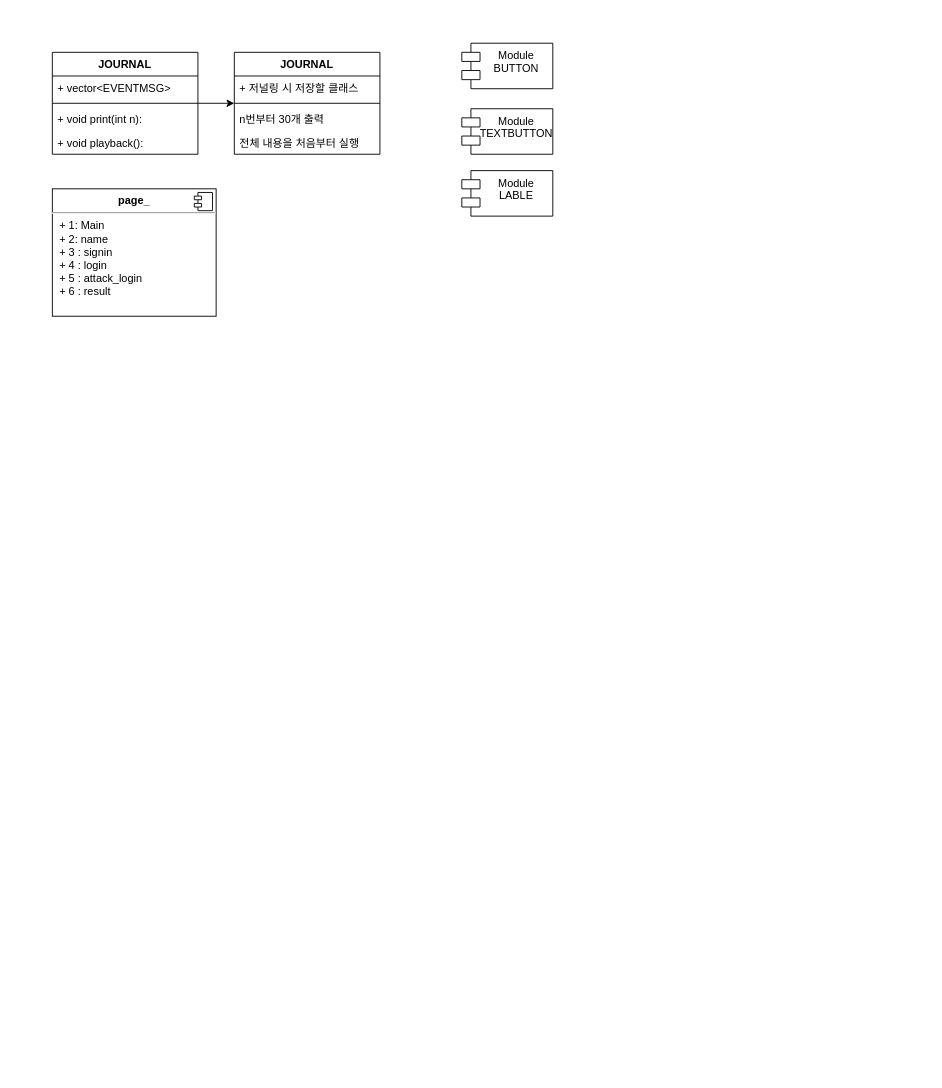
Above: page "Object" (5 of 7) of Untitled Diagram.drawio in yuhan-os-security/Journaling_game (draw.io), before the change. Source tidied: cells renumbered, new cells numbered last; positions are measured from the earlier drawing's top-left corner, leaving out a move shared by most shapes. Both pictures are drawn from the tidied source at 91%, with x=0, y=0 at pixel (52, 43).
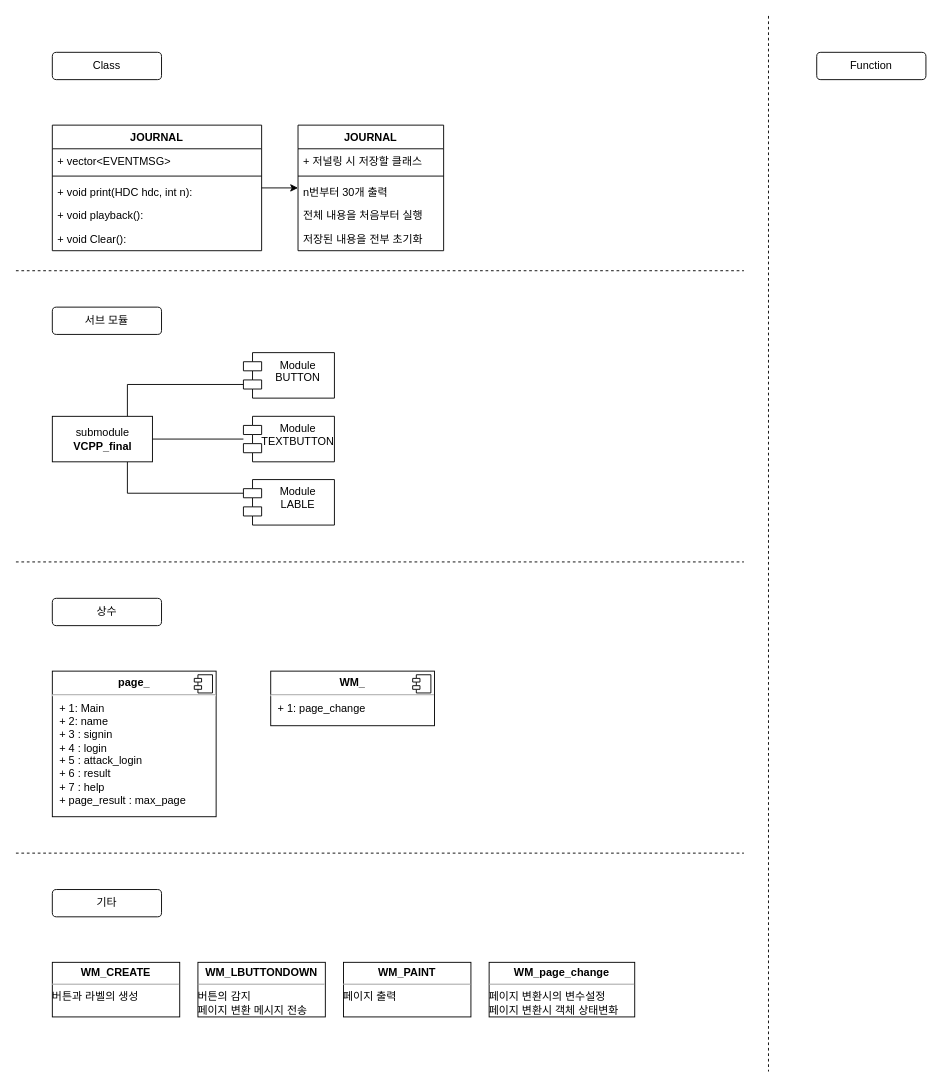
After the change.

The edit, as a diff of the source:
```diff
@@
     <mxCell id="3" value="JOURNAL" style="swimlane;fontStyle=1;align=center;verticalAlign=top;horizontal=1;startSize=26;" parent="1" vertex="1">
-      <mxGeometry y="10" width="160" height="112" as="geometry" />
+      <mxGeometry y="90" width="230" height="138" as="geometry" />
     </mxCell>
     <mxCell id="4" value="+ vector&lt;EVENTMSG&gt;" style="text;strokeColor=none;fillColor=none;align=left;verticalAlign=top;spacingLeft=4;spacingRight=4;overflow=hidden;" parent="3" vertex="1">
-      <mxGeometry y="26" width="160" height="26" as="geometry" />
+      <mxGeometry y="26" width="230" height="26" as="geometry" />
     </mxCell>
     <mxCell id="5" style="line;strokeWidth=1;fillColor=none;align=left;verticalAlign=middle;spacingTop=-1;spacingLeft=3;spacingRight=3;labelPosition=right;" parent="3" vertex="1">
-      <mxGeometry y="52" width="160" height="8" as="geometry" />
+      <mxGeometry y="52" width="230" height="8" as="geometry" />
     </mxCell>
-    <mxCell id="6" value="+ void print(int n):" style="text;strokeColor=none;fillColor=none;align=left;verticalAlign=top;spacingLeft=4;spacingRight=4;overflow=hidden;" parent="3" vertex="1">
-      <mxGeometry y="60" width="160" height="26" as="geometry" />
+    <mxCell id="6" value="+ void print(HDC hdc, int n):" style="text;strokeColor=none;fillColor=none;align=left;verticalAlign=top;spacingLeft=4;spacingRight=4;overflow=hidden;" parent="3" vertex="1">
+      <mxGeometry y="60" width="230" height="26" as="geometry" />
     </mxCell>
     <mxCell id="7" value="+ void playback():" style="text;strokeColor=none;fillColor=none;align=left;verticalAlign=top;spacingLeft=4;spacingRight=4;overflow=hidden;" parent="3" vertex="1">
-      <mxGeometry y="86" width="160" height="26" as="geometry" />
+      <mxGeometry y="86" width="230" height="26" as="geometry" />
     </mxCell>
+    <mxCell id="18" value="+ void Clear():" style="text;strokeColor=none;fillColor=none;align=left;verticalAlign=top;spacingLeft=4;spacingRight=4;overflow=hidden;" parent="3" vertex="1">
+      <mxGeometry y="112" width="230" height="26" as="geometry" />
+    </mxCell>
-    <mxCell id="8" value="&lt;p style=&quot;margin: 0px ; margin-top: 6px ; text-align: center&quot;&gt;&lt;b&gt;page_&lt;/b&gt;&lt;/p&gt;&lt;hr&gt;&lt;p style=&quot;margin: 0px ; margin-left: 8px&quot;&gt;+ 1: Main&lt;br&gt;+ 2: name&lt;/p&gt;&lt;p style=&quot;margin: 0px ; margin-left: 8px&quot;&gt;+ 3 : signin&lt;/p&gt;&lt;p style=&quot;margin: 0px ; margin-left: 8px&quot;&gt;+ 4 : login&lt;/p&gt;&lt;p style=&quot;margin: 0px ; margin-left: 8px&quot;&gt;+ 5 : attack_login&lt;/p&gt;&lt;p style=&quot;margin: 0px ; margin-left: 8px&quot;&gt;+ 6 : result&lt;/p&gt;" style="align=left;overflow=fill;html=1;" parent="1" vertex="1">
-      <mxGeometry y="160" width="180" height="140" as="geometry" />
+    <mxCell id="8" value="&lt;p style=&quot;margin: 0px ; margin-top: 6px ; text-align: center&quot;&gt;&lt;b&gt;page_&lt;/b&gt;&lt;/p&gt;&lt;hr&gt;&lt;p style=&quot;margin: 0px ; margin-left: 8px&quot;&gt;+ 1: Main&lt;br&gt;+ 2: name&lt;/p&gt;&lt;p style=&quot;margin: 0px ; margin-left: 8px&quot;&gt;+ 3 : signin&lt;/p&gt;&lt;p style=&quot;margin: 0px ; margin-left: 8px&quot;&gt;+ 4 : login&lt;/p&gt;&lt;p style=&quot;margin: 0px ; margin-left: 8px&quot;&gt;+ 5 : attack_login&lt;/p&gt;&lt;p style=&quot;margin: 0px ; margin-left: 8px&quot;&gt;+ 6 : result&lt;/p&gt;&lt;p style=&quot;margin: 0px ; margin-left: 8px&quot;&gt;+ 7 : help&lt;/p&gt;&lt;p style=&quot;margin: 0px ; margin-left: 8px&quot;&gt;+ page_result : max_page&lt;/p&gt;" style="align=left;overflow=fill;html=1;" parent="1" vertex="1">
+      <mxGeometry y="690" width="180" height="160" as="geometry" />
     </mxCell>
@@
+    <mxCell id="19" style="edgeStyle=orthogonalEdgeStyle;rounded=0;jettySize=auto;html=1;exitX=0;exitY=0;exitDx=0;exitDy=35;exitPerimeter=0;entryX=0.75;entryY=0;entryDx=0;entryDy=0;endArrow=none;endFill=0;" parent="1" edge="1" source="10" target="23">
+      <mxGeometry relative="1" as="geometry" />
+    </mxCell>
     <mxCell id="10" value="Module&#10;BUTTON" style="shape=module;align=left;spacingLeft=20;align=center;verticalAlign=top;" parent="1" vertex="1">
-      <mxGeometry x="450" width="100" height="50" as="geometry" />
+      <mxGeometry x="210" y="340" width="100" height="50" as="geometry" />
     </mxCell>
+    <mxCell id="20" style="edgeStyle=orthogonalEdgeStyle;rounded=0;jettySize=auto;html=1;endArrow=none;endFill=0;" parent="1" edge="1" source="11" target="23">
+      <mxGeometry relative="1" as="geometry" />
+    </mxCell>
     <mxCell id="11" value="Module&#10;TEXTBUTTON" style="shape=module;align=left;spacingLeft=20;align=center;verticalAlign=top;" parent="1" vertex="1">
-      <mxGeometry x="450" y="72" width="100" height="50" as="geometry" />
+      <mxGeometry x="210" y="410" width="100" height="50" as="geometry" />
     </mxCell>
+    <mxCell id="21" style="edgeStyle=orthogonalEdgeStyle;rounded=0;jettySize=auto;html=1;exitX=0;exitY=0;exitDx=0;exitDy=15;exitPerimeter=0;entryX=0.75;entryY=1;entryDx=0;entryDy=0;endArrow=none;endFill=0;" parent="1" edge="1" source="12" target="23">
+      <mxGeometry relative="1" as="geometry" />
+    </mxCell>
     <mxCell id="12" value="Module&#10;LABLE" style="shape=module;align=left;spacingLeft=20;align=center;verticalAlign=top;" parent="1" vertex="1">
-      <mxGeometry x="450" y="140" width="100" height="50" as="geometry" />
+      <mxGeometry x="210" y="479.5" width="100" height="50" as="geometry" />
     </mxCell>
     <mxCell id="13" value="JOURNAL" style="swimlane;fontStyle=1;align=center;verticalAlign=top;horizontal=1;startSize=26;" parent="1" vertex="1">
-      <mxGeometry x="200" y="10" width="160" height="112" as="geometry" />
+      <mxGeometry x="270" y="90" width="160" height="138" as="geometry" />
     </mxCell>
@@
+    <mxCell id="22" value="저장된 내용을 전부 초기화" style="text;strokeColor=none;fillColor=none;align=left;verticalAlign=top;spacingLeft=4;spacingRight=4;overflow=hidden;" parent="13" vertex="1">
+      <mxGeometry y="112" width="160" height="26" as="geometry" />
+    </mxCell>
+    <mxCell id="23" value="submodule&lt;br&gt;&lt;b&gt;VCPP_final&lt;/b&gt;" style="html=1;" parent="1" vertex="1">
+      <mxGeometry y="410" width="110" height="50" as="geometry" />
+    </mxCell>
+    <mxCell id="24" style="endArrow=none;dashed=1;html=1;rounded=0;" parent="1" edge="1">
+      <mxGeometry relative="1" as="geometry">
+        <mxPoint x="-40" y="250" as="sourcePoint" />
+        <mxPoint x="760" y="250" as="targetPoint" />
+      </mxGeometry>
+    </mxCell>
+    <mxCell id="25" value="서브 모듈" style="rounded=1;whiteSpace=wrap;html=1;" parent="1" vertex="1">
+      <mxGeometry y="290" width="120" height="30" as="geometry" />
+    </mxCell>
+    <mxCell id="26" value="Class" style="rounded=1;whiteSpace=wrap;html=1;" parent="1" vertex="1">
+      <mxGeometry y="10" width="120" height="30" as="geometry" />
+    </mxCell>
+    <mxCell id="27" style="endArrow=none;dashed=1;html=1;rounded=0;" parent="1" edge="1">
+      <mxGeometry relative="1" as="geometry">
+        <mxPoint x="-40" y="570" as="sourcePoint" />
+        <mxPoint x="760" y="570" as="targetPoint" />
+      </mxGeometry>
+    </mxCell>
+    <mxCell id="28" value="상수" style="rounded=1;whiteSpace=wrap;html=1;" parent="1" vertex="1">
+      <mxGeometry y="610" width="120" height="30" as="geometry" />
+    </mxCell>
+    <mxCell id="29" value="&lt;p style=&quot;margin: 0px ; margin-top: 6px ; text-align: center&quot;&gt;&lt;b&gt;WM_&lt;/b&gt;&lt;/p&gt;&lt;hr&gt;&lt;p style=&quot;margin: 0px ; margin-left: 8px&quot;&gt;+ 1: page_change&lt;br&gt;&lt;/p&gt;" style="align=left;overflow=fill;html=1;" parent="1" vertex="1">
+      <mxGeometry x="240" y="690" width="180" height="60" as="geometry" />
+    </mxCell>
+    <mxCell id="30" style="shape=component;jettyWidth=8;jettyHeight=4;" parent="29" vertex="1">
+      <mxGeometry x="1" width="20" height="20" relative="1" as="geometry">
+        <mxPoint x="-24" y="4" as="offset" />
+      </mxGeometry>
+    </mxCell>
+    <mxCell id="31" style="endArrow=none;dashed=1;html=1;rounded=0;" parent="1" edge="1">
+      <mxGeometry relative="1" as="geometry">
+        <mxPoint x="-40" y="890" as="sourcePoint" />
+        <mxPoint x="760" y="890" as="targetPoint" />
+      </mxGeometry>
+    </mxCell>
+    <mxCell id="32" value="기타" style="rounded=1;whiteSpace=wrap;html=1;" parent="1" vertex="1">
+      <mxGeometry y="930" width="120" height="30" as="geometry" />
+    </mxCell>
+    <mxCell id="33" value="&lt;p style=&quot;margin: 0px ; margin-top: 4px ; text-align: center&quot;&gt;&lt;b&gt;WM_CREATE&lt;/b&gt;&lt;/p&gt;&lt;hr size=&quot;1&quot;&gt;&lt;div style=&quot;height: 2px&quot;&gt;버튼과 라벨의 생성&lt;/div&gt;" style="verticalAlign=top;align=left;overflow=fill;fontSize=12;fontFamily=Helvetica;html=1;" parent="1" vertex="1">
+      <mxGeometry y="1010" width="140" height="60" as="geometry" />
+    </mxCell>
+    <mxCell id="34" value="&lt;p style=&quot;margin: 0px ; margin-top: 4px ; text-align: center&quot;&gt;&lt;b&gt;WM_PAINT&lt;/b&gt;&lt;/p&gt;&lt;hr size=&quot;1&quot;&gt;&lt;div style=&quot;height: 2px&quot;&gt;페이지 출력&lt;/div&gt;" style="verticalAlign=top;align=left;overflow=fill;fontSize=12;fontFamily=Helvetica;html=1;" parent="1" vertex="1">
+      <mxGeometry x="320" y="1010" width="140" height="60" as="geometry" />
+    </mxCell>
+    <mxCell id="35" value="&lt;p style=&quot;margin: 0px ; margin-top: 4px ; text-align: center&quot;&gt;&lt;b&gt;WM_LBUTTONDOWN&lt;/b&gt;&lt;/p&gt;&lt;hr size=&quot;1&quot;&gt;&lt;div style=&quot;height: 2px&quot;&gt;버튼의 감지&lt;br&gt;페이지 변환 메시지 전송&lt;/div&gt;" style="verticalAlign=top;align=left;overflow=fill;fontSize=12;fontFamily=Helvetica;html=1;" parent="1" vertex="1">
+      <mxGeometry x="160" y="1010" width="140" height="60" as="geometry" />
+    </mxCell>
+    <mxCell id="36" value="&lt;p style=&quot;margin: 0px ; margin-top: 4px ; text-align: center&quot;&gt;&lt;b&gt;WM_page_change&lt;/b&gt;&lt;/p&gt;&lt;hr size=&quot;1&quot;&gt;&lt;div style=&quot;height: 2px&quot;&gt;페이지 변환시의 변수설정&lt;br&gt;페이지 변환시 객체 상태변화&lt;/div&gt;" style="verticalAlign=top;align=left;overflow=fill;fontSize=12;fontFamily=Helvetica;html=1;" parent="1" vertex="1">
+      <mxGeometry x="480" y="1010" width="160" height="60" as="geometry" />
+    </mxCell>
+    <mxCell id="37" style="endArrow=none;dashed=1;html=1;rounded=0;" parent="1" edge="1">
+      <mxGeometry relative="1" as="geometry">
+        <mxPoint x="787" y="-30" as="sourcePoint" />
+        <mxPoint x="787" y="1130" as="targetPoint" />
+      </mxGeometry>
+    </mxCell>
+    <mxCell id="38" value="Function" style="rounded=1;whiteSpace=wrap;html=1;" parent="1" vertex="1">
+      <mxGeometry x="840" y="10" width="120" height="30" as="geometry" />
+    </mxCell>
```
